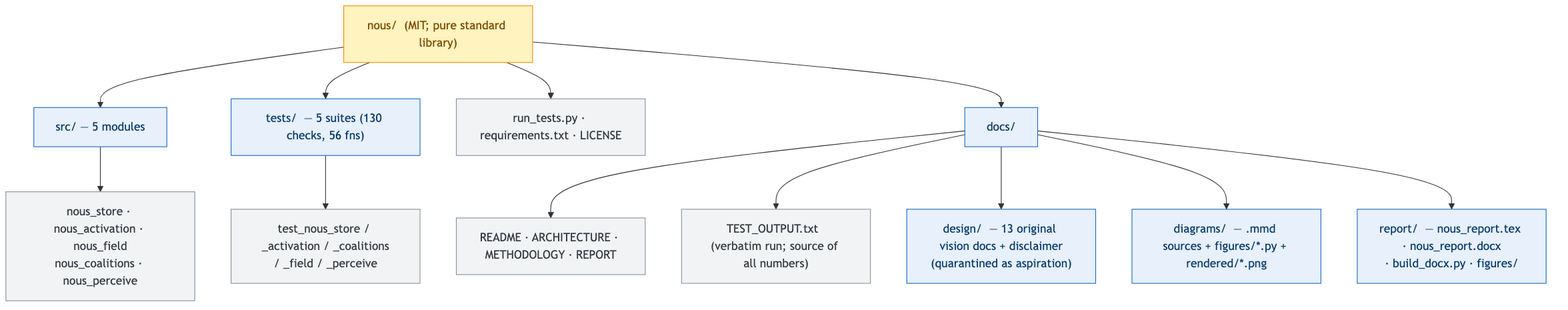
This is docs/diagrams/rendered/repo_map.png from cagancaliskan/psyche, a Mermaid export, as it was before one commit. Its source is kept beside it as docs/diagrams/repo_map.mmd.
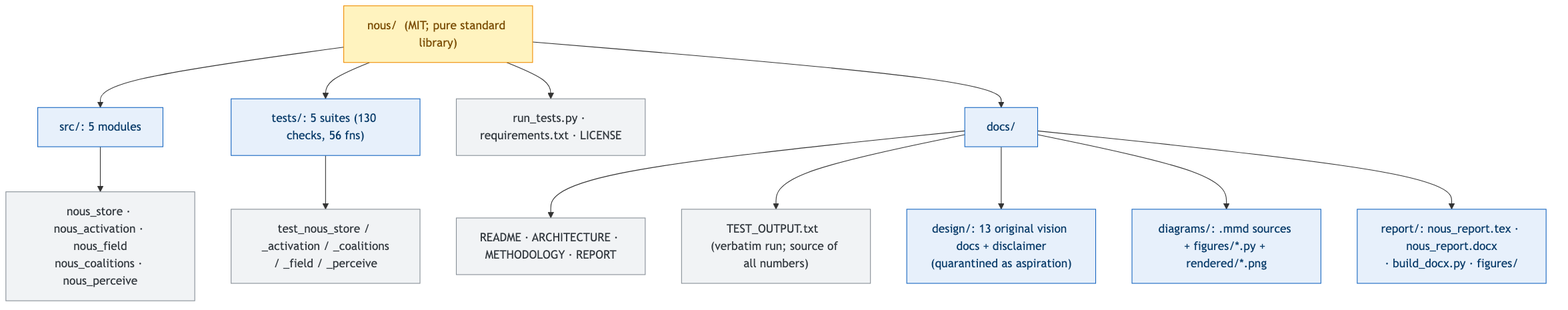
Later version of the same file.

The edit, as a diff of the source:
```diff
@@ -1,7 +1,7 @@
 flowchart TB
     root["nous/  (MIT; pure standard library)"]:::root
-    root --> src["src/  — 5 modules"]:::dir
-    root --> tests["tests/  — 5 suites (130 checks, 56 fns)"]:::dir
+    root --> src["src/: 5 modules"]:::dir
+    root --> tests["tests/: 5 suites (130 checks, 56 fns)"]:::dir
     root --> runner["run_tests.py · requirements.txt · LICENSE"]:::file
     root --> docs["docs/"]:::dir
 
@@ -10,9 +10,9 @@
 
     docs --> dmain["README · ARCHITECTURE · METHODOLOGY · REPORT"]:::file
     docs --> dtest["TEST_OUTPUT.txt  (verbatim run; source of all numbers)"]:::file
-    docs --> design["design/  — 13 original vision docs + disclaimer<br/>(quarantined as aspiration)"]:::dir
-    docs --> diagrams["diagrams/  — .mmd sources + figures/*.py + rendered/*.png"]:::dir
-    docs --> report["report/  — nous_report.tex · nous_report.docx<br/>· build_docx.py · figures/"]:::dir
+    docs --> design["design/: 13 original vision docs + disclaimer<br/>(quarantined as aspiration)"]:::dir
+    docs --> diagrams["diagrams/: .mmd sources + figures/*.py + rendered/*.png"]:::dir
+    docs --> report["report/: nous_report.tex · nous_report.docx<br/>· build_docx.py · figures/"]:::dir
 
     classDef root fill:#fff3bf,stroke:#f08c00,color:#7e5109;
     classDef dir fill:#e7f0fb,stroke:#1565c0,color:#0b3d6b;
```
